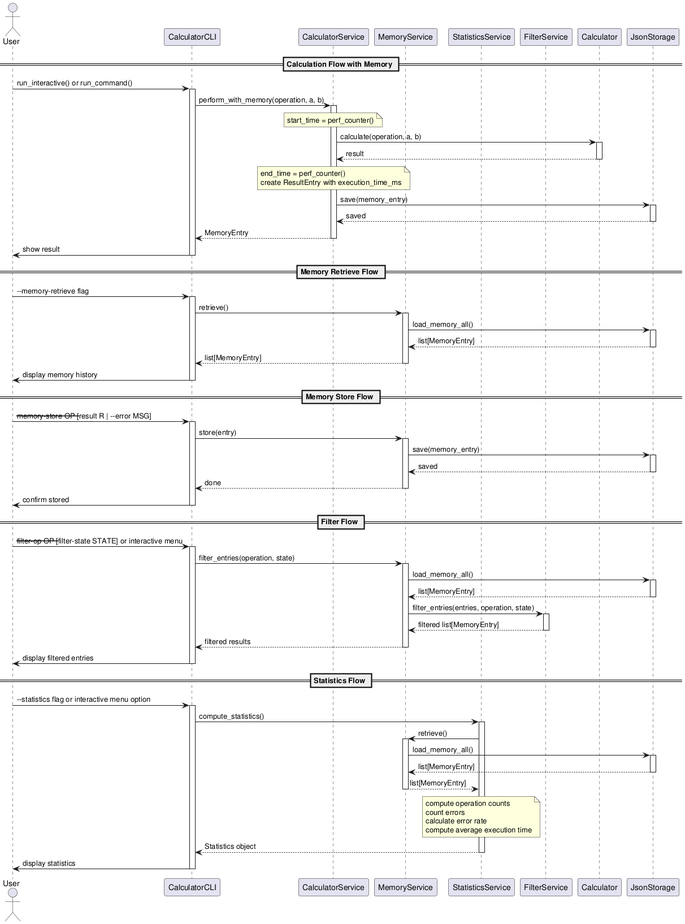
DanielRiha8906/Software_autoevolution_using_agents keeps this PlantUML diagram as experiments/broadcast/user_stories/calculator/artifacts/sequence_diagram.png. Above is the earlier version.
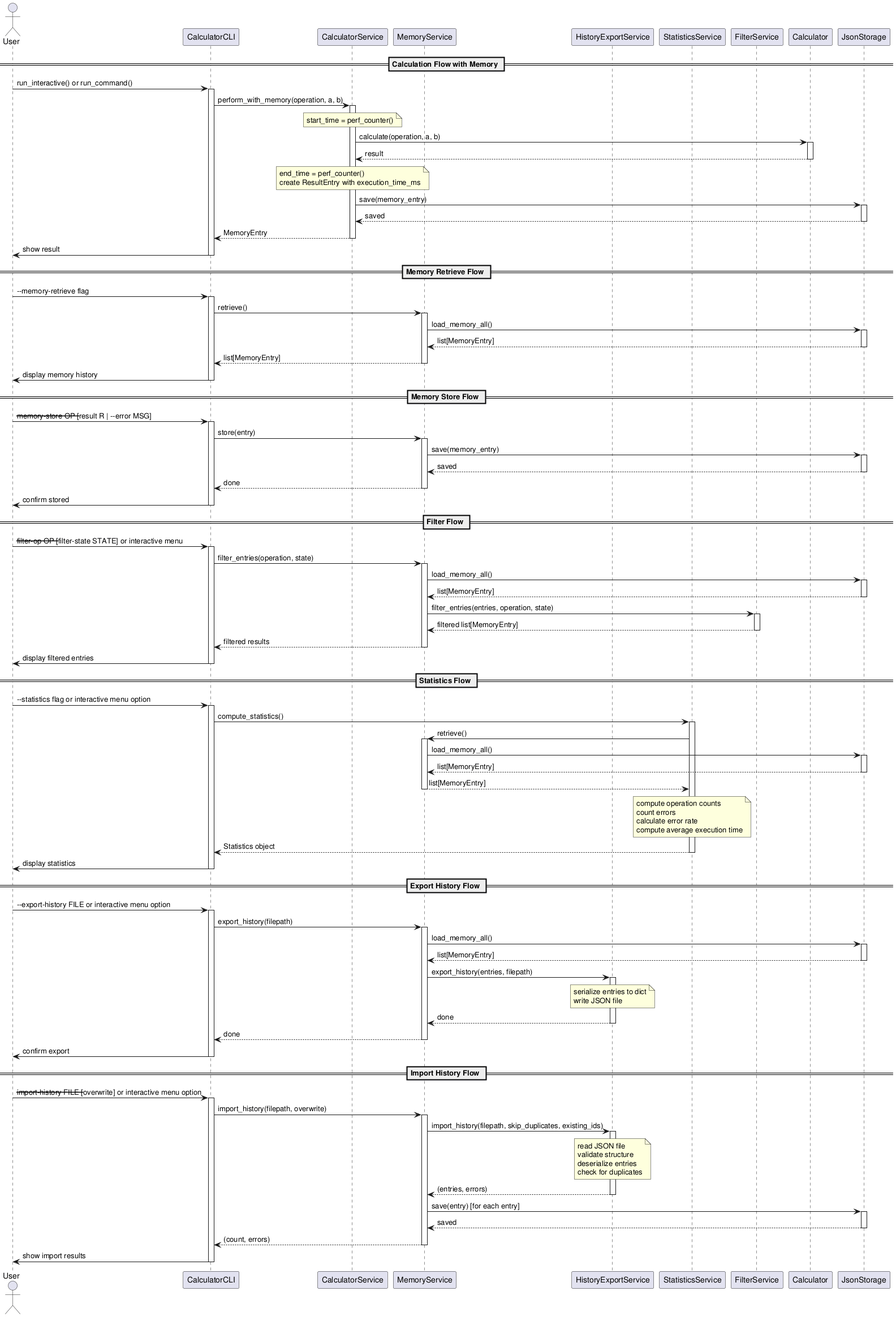
Above is the later version.

Diff of the diagram source:
```diff
@@ -4,6 +4,7 @@
 participant CalculatorCLI
 participant CalculatorService
 participant MemoryService
+participant HistoryExportService
 participant StatisticsService
 participant FilterService
 participant Calculator
@@ -121,4 +122,56 @@
 CalculatorCLI -> User: display statistics
 deactivate CalculatorCLI
 
+== Export History Flow ==
+User -> CalculatorCLI: --export-history FILE or interactive menu option
+activate CalculatorCLI
+
+CalculatorCLI -> MemoryService: export_history(filepath)
+activate MemoryService
+
+MemoryService -> JsonStorage: load_memory_all()
+activate JsonStorage
+JsonStorage --> MemoryService: list[MemoryEntry]
+deactivate JsonStorage
+
+MemoryService -> HistoryExportService: export_history(entries, filepath)
+activate HistoryExportService
+
+note over HistoryExportService: serialize entries to dict\nwrite JSON file
+
+HistoryExportService --> MemoryService: done
+deactivate HistoryExportService
+
+MemoryService --> CalculatorCLI: done
+deactivate MemoryService
+
+CalculatorCLI -> User: confirm export
+deactivate CalculatorCLI
+
+== Import History Flow ==
+User -> CalculatorCLI: --import-history FILE [--overwrite] or interactive menu option
+activate CalculatorCLI
+
+CalculatorCLI -> MemoryService: import_history(filepath, overwrite)
+activate MemoryService
+
+MemoryService -> HistoryExportService: import_history(filepath, skip_duplicates, existing_ids)
+activate HistoryExportService
+
+note over HistoryExportService: read JSON file\nvalidate structure\ndeserialize entries\ncheck for duplicates
+
+HistoryExportService --> MemoryService: (entries, errors)
+deactivate HistoryExportService
+
+MemoryService -> JsonStorage: save(entry) [for each entry]
+activate JsonStorage
+JsonStorage --> MemoryService: saved
+deactivate JsonStorage
+
+MemoryService --> CalculatorCLI: (count, errors)
+deactivate MemoryService
+
+CalculatorCLI -> User: show import results
+deactivate CalculatorCLI
+
 @enduml
```
